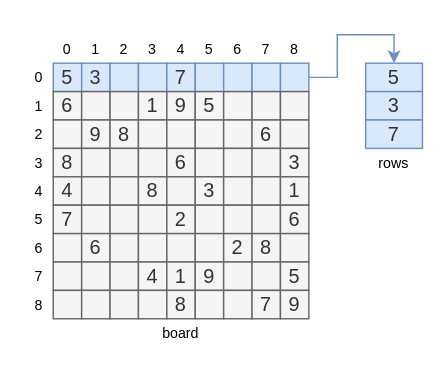
The draw.io diagram page "1" (1 of 3) of docs/problems1_100/valid-sudoku.drawio in hanggrian/grind-leetcode, before the edit. Source tidied: cells renumbered, new cells numbered last; positions are measured from the earlier drawing's top-left corner, leaving out a move shared by most shapes. Both pictures are drawn from the tidied source at 142%, with x=0, y=0 at pixel (24, 34).
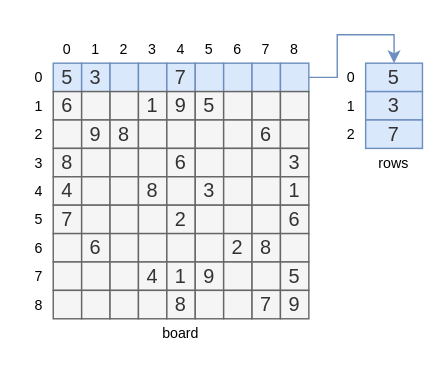
After the change.

Diff of the diagram source:
```diff
@@
+    <mxCell id="107" value="0" style="text;html=1;align=center;verticalAlign=middle;whiteSpace=wrap;rounded=0;fontSize=10;" parent="1" vertex="1">
+      <mxGeometry x="220" y="20" width="20" height="20" as="geometry" />
+    </mxCell>
+    <mxCell id="108" value="1" style="text;html=1;align=center;verticalAlign=middle;whiteSpace=wrap;rounded=0;fontSize=10;" parent="1" vertex="1">
+      <mxGeometry x="220" y="40" width="20" height="20" as="geometry" />
+    </mxCell>
+    <mxCell id="109" value="2" style="text;html=1;align=center;verticalAlign=middle;whiteSpace=wrap;rounded=0;fontSize=10;" parent="1" vertex="1">
+      <mxGeometry x="220" y="60" width="20" height="20" as="geometry" />
+    </mxCell>
```
